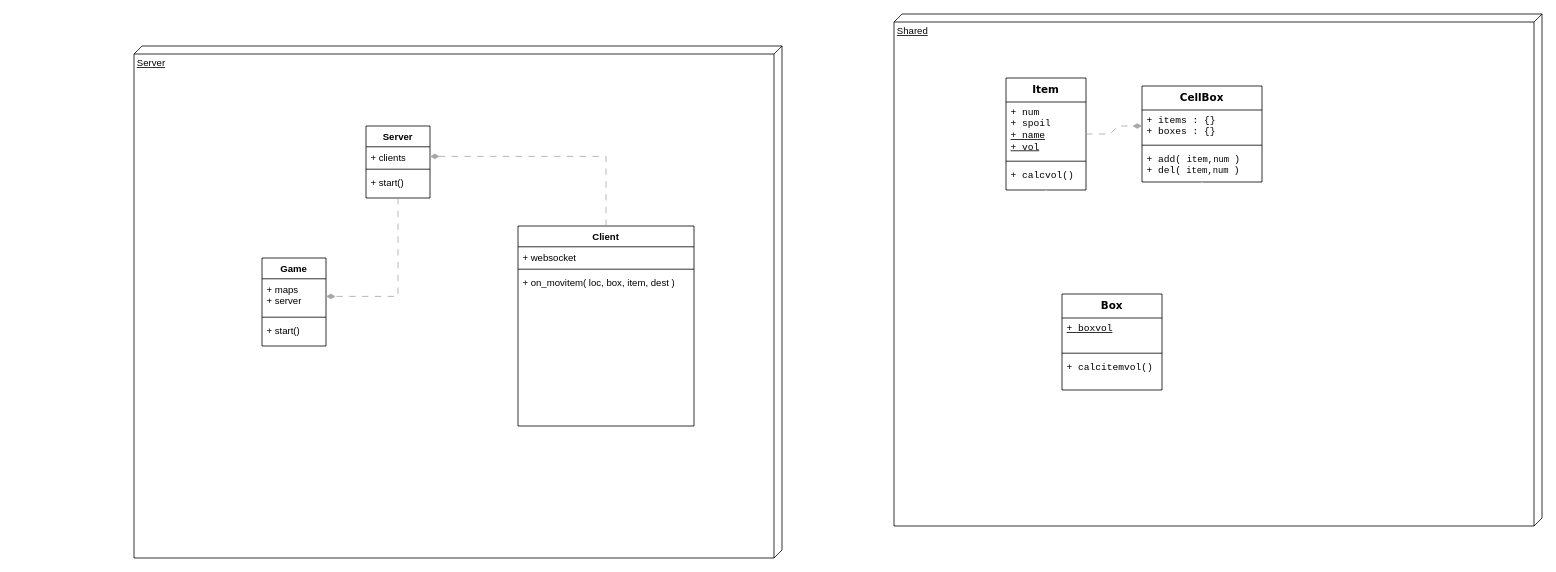
Before: uml.drawio in r1cey/permacultur, a draw.io diagram. Source tidied: cells renumbered, new cells numbered last; positions are measured from the earlier drawing's top-left corner, leaving out a move shared by most shapes. Both pictures are drawn from the tidied source at 80%, with x=0, y=0 at pixel (134, 14).
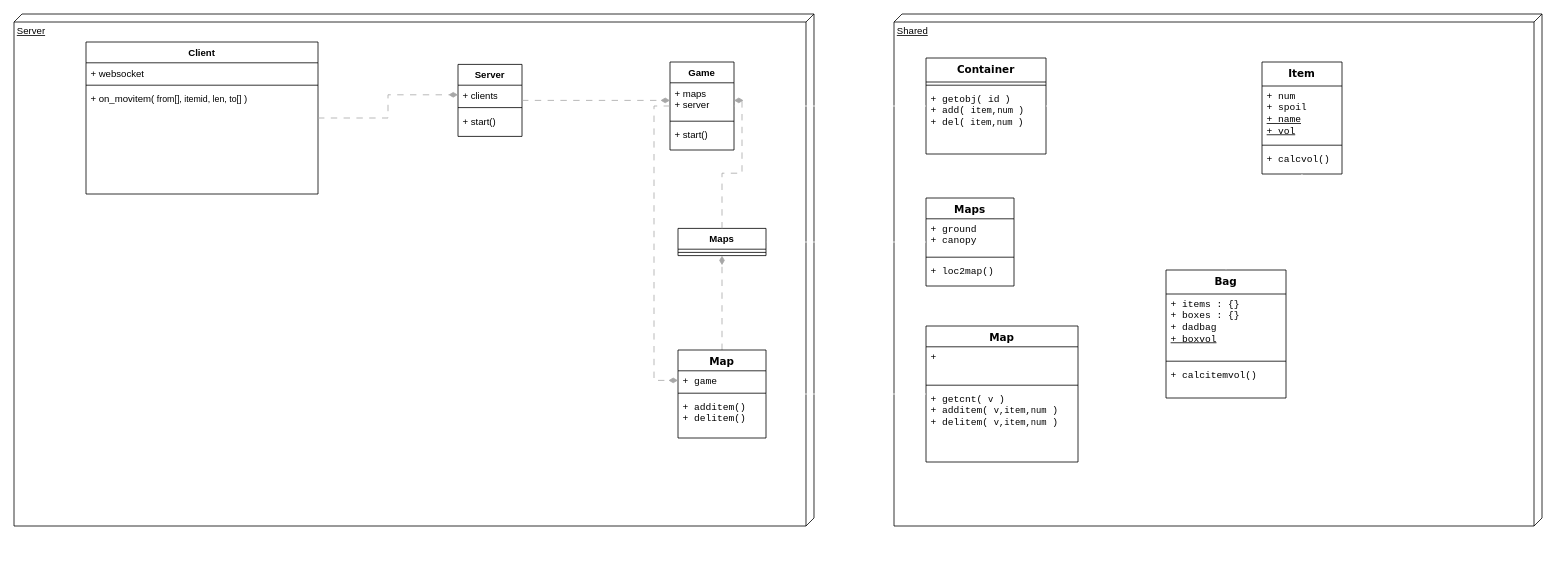
The same page after the edit.

The change refers to these unchanged cells:
```xml
<mxCell id="4" value="+ maps&lt;div&gt;+ server&lt;br&gt;&lt;div&gt;&lt;br&gt;&lt;/div&gt;&lt;/div&gt;" style="text;strokeColor=none;fillColor=none;align=left;verticalAlign=top;spacingLeft=4;spacingRight=4;overflow=hidden;points=[[0,0.5],[1,0.5]];portConstraint=eastwest;whiteSpace=wrap;html=1;" parent="3" vertex="1">
  <mxGeometry y="26" width="80" height="44" as="geometry" />
</mxCell>
```

Diff of the diagram source:
```diff
@@
     <mxCell id="2" value="Server" style="verticalAlign=top;align=left;spacingTop=8;spacingLeft=2;spacingRight=12;shape=cube;size=10;direction=south;fontStyle=4;html=1;whiteSpace=wrap;" parent="1" vertex="1">
-      <mxGeometry y="40" width="810" height="640" as="geometry" />
+      <mxGeometry x="-150" width="1000" height="640" as="geometry" />
     </mxCell>
     <mxCell id="3" value="Game" style="swimlane;fontStyle=1;align=center;verticalAlign=top;horizontal=1;startSize=26;whiteSpace=wrap;html=1;" parent="1" vertex="1">
-      <mxGeometry x="160" y="305" width="80" height="110" as="geometry" />
+      <mxGeometry x="670" y="60" width="80" height="110" as="geometry" />
     </mxCell>
@@
     <mxCell id="7" value="Server" style="swimlane;fontStyle=1;align=center;verticalAlign=top;horizontal=1;startSize=26;whiteSpace=wrap;html=1;" parent="1" vertex="1">
-      <mxGeometry x="290" y="140" width="80" height="90" as="geometry" />
+      <mxGeometry x="405" y="63" width="80" height="90" as="geometry" />
     </mxCell>
@@
     <mxCell id="11" value="Client" style="swimlane;fontStyle=1;align=center;verticalAlign=top;horizontal=1;startSize=26;whiteSpace=wrap;html=1;" parent="1" vertex="1">
-      <mxGeometry x="480" y="265" width="220" height="250" as="geometry" />
+      <mxGeometry x="-60" y="35" width="290" height="190" as="geometry" />
     </mxCell>
     <mxCell id="12" value="+ websocket" style="text;strokeColor=none;fillColor=none;align=left;verticalAlign=top;spacingLeft=4;spacingRight=4;overflow=hidden;whiteSpace=wrap;html=1;" parent="11" vertex="1">
-      <mxGeometry y="26" width="220" height="24" as="geometry" />
+      <mxGeometry y="26" width="290" height="24" as="geometry" />
     </mxCell>
     <mxCell id="13" style="line;strokeWidth=1;fillColor=none;align=left;verticalAlign=middle;spacingTop=-1;spacingLeft=3;spacingRight=3;labelPosition=right;strokeColor=inherit;" parent="11" vertex="1">
-      <mxGeometry y="50" width="220" height="8" as="geometry" />
+      <mxGeometry y="50" width="290" height="8" as="geometry" />
     </mxCell>
-    <mxCell id="14" value="+ on_movitem( loc, box, item, dest )" style="text;strokeColor=none;fillColor=none;align=left;verticalAlign=top;spacingLeft=4;spacingRight=4;overflow=hidden;whiteSpace=wrap;html=1;" parent="11" vertex="1">
-      <mxGeometry y="58" width="220" height="192" as="geometry" />
+    <mxCell id="14" value="+ on_movitem( &lt;font style=&quot;font-size: 11px;&quot;&gt;from[], itemid, len, to[]&lt;/font&gt;&amp;nbsp;)" style="text;strokeColor=none;fillColor=none;align=left;verticalAlign=top;spacingLeft=4;spacingRight=4;overflow=hidden;whiteSpace=wrap;html=1;" parent="11" vertex="1">
+      <mxGeometry y="58" width="290" height="132" as="geometry" />
     </mxCell>
-    <mxCell id="15" style="endArrow=diamondThin;endFill=1;endSize=9;html=1;rounded=0;entryX=1;entryY=0.5;entryDx=0;entryDy=0;flowAnimation=0;dashed=1;dashPattern=8 8;jumpStyle=none;edgeStyle=orthogonalEdgeStyle;strokeColor=#A7A7A7;" parent="1" edge="1" source="7" target="4">
+    <mxCell id="15" style="endArrow=diamondThin;endFill=1;endSize=9;html=1;rounded=0;flowAnimation=0;dashed=1;dashPattern=8 8;jumpStyle=none;edgeStyle=orthogonalEdgeStyle;strokeColor=#A7A7A7;" parent="1" edge="1" source="7" target="4">
       <mxGeometry relative="1" as="geometry" />
     </mxCell>
@@
     <mxCell id="18" value="Item" style="swimlane;fontStyle=1;align=center;verticalAlign=top;horizontal=1;startSize=30;whiteSpace=wrap;html=1;glass=0;swimlaneFillColor=none;gradientColor=none;fillColor=default;fontSize=13;fontFamily=Verdana;" parent="1" vertex="1">
-      <mxGeometry x="1090" y="80" width="100" height="140" as="geometry" />
+      <mxGeometry x="1410" y="60" width="100" height="140" as="geometry" />
     </mxCell>
@@
-    <mxCell id="22" value="Box" style="swimlane;fontStyle=1;align=center;verticalAlign=top;horizontal=1;startSize=30;whiteSpace=wrap;html=1;glass=0;swimlaneFillColor=none;gradientColor=none;fillColor=default;fontSize=13;fontFamily=Verdana;" parent="1" vertex="1">
-      <mxGeometry x="1160" y="350" width="125" height="120" as="geometry" />
+    <mxCell id="22" value="Bag" style="swimlane;fontStyle=1;align=center;verticalAlign=top;horizontal=1;startSize=30;whiteSpace=wrap;html=1;glass=0;swimlaneFillColor=none;gradientColor=none;fillColor=default;fontSize=13;fontFamily=Verdana;" parent="1" vertex="1">
+      <mxGeometry x="1290" y="320" width="150" height="160" as="geometry" />
     </mxCell>
-    <mxCell id="23" value="&lt;u style=&quot;color: light-dark(rgb(0, 0, 0), rgb(255, 255, 255)); background-color: transparent;&quot;&gt;+ boxvol&lt;/u&gt;" style="text;strokeColor=none;fillColor=none;align=left;verticalAlign=top;spacingLeft=4;spacingRight=4;overflow=hidden;whiteSpace=wrap;html=1;fontFamily=Courier New;fontSize=12;fontColor=default;" parent="22" vertex="1">
-      <mxGeometry y="30" width="125" height="40" as="geometry" />
+    <mxCell id="23" value="+ items : {}&lt;br&gt;&lt;span style=&quot;background-color: transparent; color: light-dark(rgb(0, 0, 0), rgb(255, 255, 255));&quot;&gt;+ boxes : {}&lt;/span&gt;&lt;div&gt;+ dadbag&lt;br&gt;&lt;div&gt;&lt;u style=&quot;color: light-dark(rgb(0, 0, 0), rgb(255, 255, 255)); background-color: transparent;&quot;&gt;+ boxvol&lt;/u&gt;&lt;/div&gt;&lt;/div&gt;" style="text;strokeColor=none;fillColor=none;align=left;verticalAlign=top;spacingLeft=4;spacingRight=4;overflow=hidden;whiteSpace=wrap;html=1;fontFamily=Courier New;fontSize=12;fontColor=default;" parent="22" vertex="1">
+      <mxGeometry y="30" width="150" height="80" as="geometry" />
     </mxCell>
     <mxCell id="24" style="line;strokeWidth=1;fillColor=none;align=left;verticalAlign=middle;spacingTop=-1;spacingLeft=3;spacingRight=3;labelPosition=right;strokeColor=inherit;" parent="22" vertex="1">
-      <mxGeometry y="70" width="125" height="8" as="geometry" />
+      <mxGeometry y="110" width="150" height="8" as="geometry" />
     </mxCell>
-    <mxCell id="25" value="+ calcitemvol()" style="text;strokeColor=none;fillColor=none;align=left;verticalAlign=top;spacingLeft=4;spacingRight=4;overflow=hidden;whiteSpace=wrap;html=1;fontFamily=Courier New;fontSize=12;fontColor=default;" parent="22" vertex="1">
-      <mxGeometry y="78" width="125" height="42" as="geometry" />
+    <mxCell id="25" value="&lt;div&gt;&lt;span style=&quot;background-color: transparent; color: light-dark(rgb(0, 0, 0), rgb(255, 255, 255));&quot;&gt;+ calcitemvol()&lt;/span&gt;&lt;/div&gt;" style="text;strokeColor=none;fillColor=none;align=left;verticalAlign=top;spacingLeft=4;spacingRight=4;overflow=hidden;whiteSpace=wrap;html=1;fontFamily=Courier New;fontSize=12;fontColor=default;" parent="22" vertex="1">
+      <mxGeometry y="118" width="150" height="42" as="geometry" />
     </mxCell>
@@
-    <mxCell id="27" value="CellBox" style="swimlane;fontStyle=1;align=center;verticalAlign=top;horizontal=1;startSize=30;whiteSpace=wrap;html=1;glass=0;swimlaneFillColor=none;gradientColor=none;fillColor=default;fontSize=13;fontFamily=Verdana;" parent="1" vertex="1">
-      <mxGeometry x="1260" y="90" width="150" height="120" as="geometry" />
-    </mxCell>
-    <mxCell id="28" value="+ items : {}&lt;div&gt;+ boxes : {}&lt;/div&gt;" style="text;strokeColor=none;fillColor=none;align=left;verticalAlign=top;spacingLeft=4;spacingRight=4;overflow=hidden;points=[[0,0.5],[1,0.5]];portConstraint=eastwest;whiteSpace=wrap;html=1;fontFamily=Courier New;fontSize=12;fontColor=default;" parent="27" vertex="1">
-      <mxGeometry y="30" width="150" height="40" as="geometry" />
-    </mxCell>
-    <mxCell id="29" style="line;strokeWidth=1;fillColor=none;align=left;verticalAlign=middle;spacingTop=-1;spacingLeft=3;spacingRight=3;labelPosition=right;strokeColor=inherit;" parent="27" vertex="1">
-      <mxGeometry y="70" width="150" height="8" as="geometry" />
-    </mxCell>
-    <mxCell id="30" value="+ add(&amp;nbsp;&lt;font style=&quot;font-size: 11px;&quot;&gt;item,num&amp;nbsp;&lt;/font&gt;)&lt;div&gt;+ del(&lt;font style=&quot;font-size: 11px;&quot;&gt; item,num &lt;/font&gt;)&lt;/div&gt;" style="text;strokeColor=none;fillColor=none;align=left;verticalAlign=top;spacingLeft=4;spacingRight=4;overflow=hidden;whiteSpace=wrap;html=1;fontFamily=Courier New;fontSize=12;fontColor=default;" parent="27" vertex="1">
-      <mxGeometry y="78" width="150" height="42" as="geometry" />
-    </mxCell>
-    <mxCell id="31" style="endArrow=blockThin;endFill=1;endSize=7;html=1;rounded=0;flowAnimation=0;jumpStyle=none;edgeStyle=orthogonalEdgeStyle;strokeColor=#FFFFFF;curved=1;" parent="1" edge="1" source="27" target="22">
-      <mxGeometry relative="1" as="geometry" />
-    </mxCell>
-    <mxCell id="32" style="endArrow=diamondThin;endFill=1;endSize=9;html=1;rounded=0;flowAnimation=0;dashed=1;dashPattern=8 8;jumpStyle=none;edgeStyle=entityRelationEdgeStyle;strokeColor=#A7A7A7;" parent="1" edge="1" source="18" target="28">
-      <mxGeometry relative="1" as="geometry" />
-    </mxCell>
+    <mxCell id="33" value="Container" style="swimlane;fontStyle=1;align=center;verticalAlign=top;horizontal=1;startSize=30;whiteSpace=wrap;html=1;glass=0;swimlaneFillColor=none;gradientColor=none;fillColor=default;fontSize=13;fontFamily=Verdana;" parent="1" vertex="1">
+      <mxGeometry x="990" y="55" width="150" height="120" as="geometry" />
+    </mxCell>
+    <mxCell id="34" style="line;strokeWidth=1;fillColor=none;align=left;verticalAlign=middle;spacingTop=-1;spacingLeft=3;spacingRight=3;labelPosition=right;strokeColor=inherit;" parent="33" vertex="1">
+      <mxGeometry y="30" width="150" height="8" as="geometry" />
+    </mxCell>
+    <mxCell id="35" value="&lt;div&gt;+ getobj( id&lt;span style=&quot;font-size: 11px;&quot;&gt;&amp;nbsp;&lt;/span&gt;)&lt;/div&gt;&lt;div&gt;+ add(&amp;nbsp;&lt;font style=&quot;font-size: 11px;&quot;&gt;item,num&amp;nbsp;&lt;/font&gt;)&lt;div&gt;+ del(&lt;font style=&quot;font-size: 11px;&quot;&gt;&amp;nbsp;item,num&amp;nbsp;&lt;/font&gt;)&lt;/div&gt;&lt;/div&gt;" style="text;strokeColor=none;fillColor=none;align=left;verticalAlign=top;spacingLeft=4;spacingRight=4;overflow=hidden;whiteSpace=wrap;html=1;fontFamily=Courier New;fontSize=12;fontColor=default;" parent="33" vertex="1">
+      <mxGeometry y="38" width="150" height="82" as="geometry" />
+    </mxCell>
+    <mxCell id="36" style="endArrow=blockThin;endFill=1;endSize=7;html=1;rounded=0;flowAnimation=0;jumpStyle=none;edgeStyle=orthogonalEdgeStyle;strokeColor=#FFFFFF;curved=1;" parent="1" edge="1" source="33" target="3">
+      <mxGeometry relative="1" as="geometry" />
+    </mxCell>
+    <mxCell id="37" style="endArrow=blockThin;endFill=1;endSize=7;html=1;rounded=0;flowAnimation=0;jumpStyle=none;edgeStyle=orthogonalEdgeStyle;strokeColor=#FFFFFF;curved=1;" parent="1" edge="1" source="33" target="22">
+      <mxGeometry relative="1" as="geometry" />
+    </mxCell>
+    <mxCell id="38" value="Maps" style="swimlane;fontStyle=1;align=center;verticalAlign=top;horizontal=1;startSize=26;whiteSpace=wrap;html=1;" parent="1" vertex="1">
+      <mxGeometry x="680" y="268" width="110" height="34" as="geometry" />
+    </mxCell>
+    <mxCell id="39" style="line;strokeWidth=1;fillColor=none;align=left;verticalAlign=middle;spacingTop=-1;spacingLeft=3;spacingRight=3;labelPosition=right;strokeColor=inherit;" parent="38" vertex="1">
+      <mxGeometry y="26" width="110" height="8" as="geometry" />
+    </mxCell>
+    <mxCell id="40" style="endArrow=diamondThin;endFill=1;endSize=9;html=1;rounded=0;flowAnimation=0;dashed=1;dashPattern=8 8;jumpStyle=none;edgeStyle=orthogonalEdgeStyle;strokeColor=#A7A7A7;" parent="1" edge="1" source="38" target="4">
+      <mxGeometry relative="1" as="geometry" />
+    </mxCell>
+    <mxCell id="41" value="&lt;font style=&quot;font-size: 13px;&quot; face=&quot;Verdana&quot;&gt;Maps&lt;/font&gt;" style="swimlane;fontStyle=1;align=center;verticalAlign=top;horizontal=1;startSize=26;whiteSpace=wrap;html=1;" parent="1" vertex="1">
+      <mxGeometry x="990" y="230" width="110" height="110" as="geometry" />
+    </mxCell>
+    <mxCell id="42" value="&lt;div&gt;&lt;div&gt;+ ground&lt;/div&gt;&lt;/div&gt;&lt;div&gt;+ canopy&lt;/div&gt;" style="text;strokeColor=none;fillColor=none;align=left;verticalAlign=top;spacingLeft=4;spacingRight=4;overflow=hidden;whiteSpace=wrap;html=1;fontFamily=Courier New;" parent="41" vertex="1">
+      <mxGeometry y="26" width="110" height="44" as="geometry" />
+    </mxCell>
+    <mxCell id="43" style="line;strokeWidth=1;fillColor=none;align=left;verticalAlign=middle;spacingTop=-1;spacingLeft=3;spacingRight=3;labelPosition=right;strokeColor=inherit;" parent="41" vertex="1">
+      <mxGeometry y="70" width="110" height="8" as="geometry" />
+    </mxCell>
+    <mxCell id="44" value="+ loc2map()" style="text;strokeColor=none;fillColor=none;align=left;verticalAlign=top;spacingLeft=4;spacingRight=4;overflow=hidden;whiteSpace=wrap;html=1;fontFamily=Courier New;" parent="41" vertex="1">
+      <mxGeometry y="78" width="110" height="32" as="geometry" />
+    </mxCell>
+    <mxCell id="45" style="endArrow=blockThin;endFill=1;endSize=7;html=1;rounded=0;flowAnimation=0;jumpStyle=none;edgeStyle=orthogonalEdgeStyle;strokeColor=#FFFFFF;curved=1;" parent="1" edge="1" source="41" target="38">
+      <mxGeometry relative="1" as="geometry" />
+    </mxCell>
+    <mxCell id="46" value="Map" style="swimlane;fontStyle=1;align=center;verticalAlign=top;horizontal=1;startSize=26;whiteSpace=wrap;html=1;fontFamily=Verdana;fontSize=13;" parent="1" vertex="1">
+      <mxGeometry x="990" y="390" width="190" height="170" as="geometry" />
+    </mxCell>
+    <mxCell id="47" value="&lt;div&gt;&lt;div&gt;+&amp;nbsp;&lt;/div&gt;&lt;/div&gt;" style="text;strokeColor=none;fillColor=none;align=left;verticalAlign=top;spacingLeft=4;spacingRight=4;overflow=hidden;whiteSpace=wrap;html=1;fontFamily=Courier New;" parent="46" vertex="1">
+      <mxGeometry y="26" width="190" height="44" as="geometry" />
+    </mxCell>
+    <mxCell id="48" style="line;strokeWidth=1;fillColor=none;align=left;verticalAlign=middle;spacingTop=-1;spacingLeft=3;spacingRight=3;labelPosition=right;strokeColor=inherit;" parent="46" vertex="1">
+      <mxGeometry y="70" width="190" height="8" as="geometry" />
+    </mxCell>
+    <mxCell id="49" value="+ getcnt( &lt;font style=&quot;font-size: 11px;&quot;&gt;v&lt;/font&gt; )&lt;div&gt;+ additem( &lt;font style=&quot;font-size: 11px;&quot;&gt;v,item,num&lt;/font&gt; )&lt;/div&gt;&lt;div&gt;+ del&lt;span style=&quot;background-color: transparent; color: light-dark(rgb(0, 0, 0), rgb(255, 255, 255));&quot;&gt;item(&amp;nbsp;&lt;/span&gt;&lt;font style=&quot;background-color: transparent; color: light-dark(rgb(0, 0, 0), rgb(255, 255, 255)); font-size: 11px;&quot;&gt;v,item,num&lt;/font&gt;&lt;span style=&quot;background-color: transparent; color: light-dark(rgb(0, 0, 0), rgb(255, 255, 255));&quot;&gt;&amp;nbsp;&lt;/span&gt;&lt;span style=&quot;background-color: transparent; color: light-dark(rgb(0, 0, 0), rgb(255, 255, 255));&quot;&gt;)&lt;/span&gt;&lt;/div&gt;&lt;div&gt;&lt;br&gt;&lt;/div&gt;" style="text;strokeColor=none;fillColor=none;align=left;verticalAlign=top;spacingLeft=4;spacingRight=4;overflow=hidden;whiteSpace=wrap;html=1;fontFamily=Courier New;" parent="46" vertex="1">
+      <mxGeometry y="78" width="190" height="92" as="geometry" />
+    </mxCell>
+    <mxCell id="50" style="endArrow=diamondThin;endFill=1;endSize=9;html=1;rounded=0;flowAnimation=0;dashed=1;dashPattern=8 8;jumpStyle=none;edgeStyle=orthogonalEdgeStyle;strokeColor=#A7A7A7;" parent="1" edge="1" source="51" target="38">
+      <mxGeometry relative="1" as="geometry" />
+    </mxCell>
+    <mxCell id="51" value="Map" style="swimlane;fontStyle=1;align=center;verticalAlign=top;horizontal=1;startSize=26;whiteSpace=wrap;html=1;fontFamily=Verdana;fontSize=13;" parent="1" vertex="1">
+      <mxGeometry x="680" y="420" width="110" height="110" as="geometry" />
+    </mxCell>
+    <mxCell id="52" value="&lt;div&gt;&lt;div&gt;+ game&amp;nbsp;&lt;/div&gt;&lt;/div&gt;" style="text;strokeColor=none;fillColor=none;align=left;verticalAlign=top;spacingLeft=4;spacingRight=4;overflow=hidden;points=[[0,0.5],[1,0.5]];portConstraint=eastwest;whiteSpace=wrap;html=1;fontFamily=Courier New;" parent="51" vertex="1">
+      <mxGeometry y="26" width="110" height="24" as="geometry" />
+    </mxCell>
+    <mxCell id="53" style="line;strokeWidth=1;fillColor=none;align=left;verticalAlign=middle;spacingTop=-1;spacingLeft=3;spacingRight=3;labelPosition=right;strokeColor=inherit;" parent="51" vertex="1">
+      <mxGeometry y="50" width="110" height="8" as="geometry" />
+    </mxCell>
+    <mxCell id="54" value="&lt;div&gt;+ additem()&lt;/div&gt;&lt;div&gt;+ del&lt;span style=&quot;background-color: transparent; color: light-dark(rgb(0, 0, 0), rgb(255, 255, 255));&quot;&gt;item(&lt;/span&gt;&lt;span style=&quot;background-color: transparent; color: light-dark(rgb(0, 0, 0), rgb(255, 255, 255));&quot;&gt;)&lt;/span&gt;&lt;/div&gt;&lt;div&gt;&lt;br&gt;&lt;/div&gt;" style="text;strokeColor=none;fillColor=none;align=left;verticalAlign=top;spacingLeft=4;spacingRight=4;overflow=hidden;whiteSpace=wrap;html=1;fontFamily=Courier New;" parent="51" vertex="1">
+      <mxGeometry y="58" width="110" height="52" as="geometry" />
+    </mxCell>
+    <mxCell id="55" style="endArrow=blockThin;endFill=1;endSize=7;html=1;rounded=0;flowAnimation=0;jumpStyle=none;edgeStyle=orthogonalEdgeStyle;strokeColor=#FFFFFF;curved=1;" parent="1" edge="1" source="46" target="51">
+      <mxGeometry relative="1" as="geometry" />
+    </mxCell>
+    <mxCell id="56" style="endArrow=diamondThin;endFill=1;endSize=9;html=1;rounded=0;flowAnimation=0;dashed=1;dashPattern=8 8;jumpStyle=none;edgeStyle=orthogonalEdgeStyle;strokeColor=#A7A7A7;" parent="1" edge="1" source="3" target="52">
+      <mxGeometry relative="1" as="geometry">
+        <Array as="points">
+          <mxPoint x="650" y="115" />
+          <mxPoint x="650" y="458" />
+        </Array>
+      </mxGeometry>
+    </mxCell>
```
